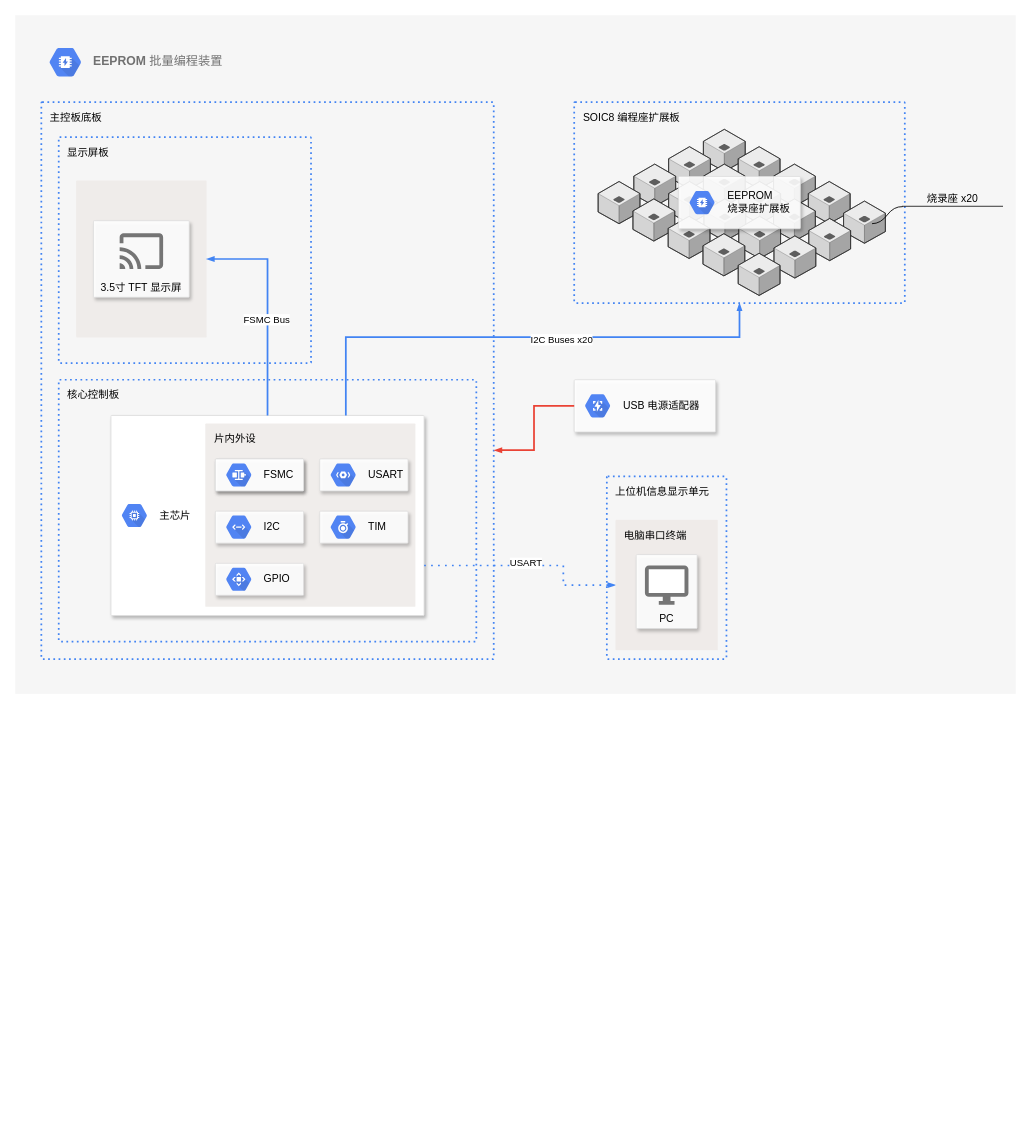
Earlier version of the draw.io diagram EEPROM_批量编程装置/EEPROM_批量编程装置 的副本.drawio (SummerFalls/DrawIO). Source tidied: cells renumbered, new cells numbered last; positions are measured from the earlier drawing's top-left corner, leaving out a move shared by most shapes. Both pictures are drawn from the tidied source at 87%, with x=0, y=0 at pixel (15, 15).
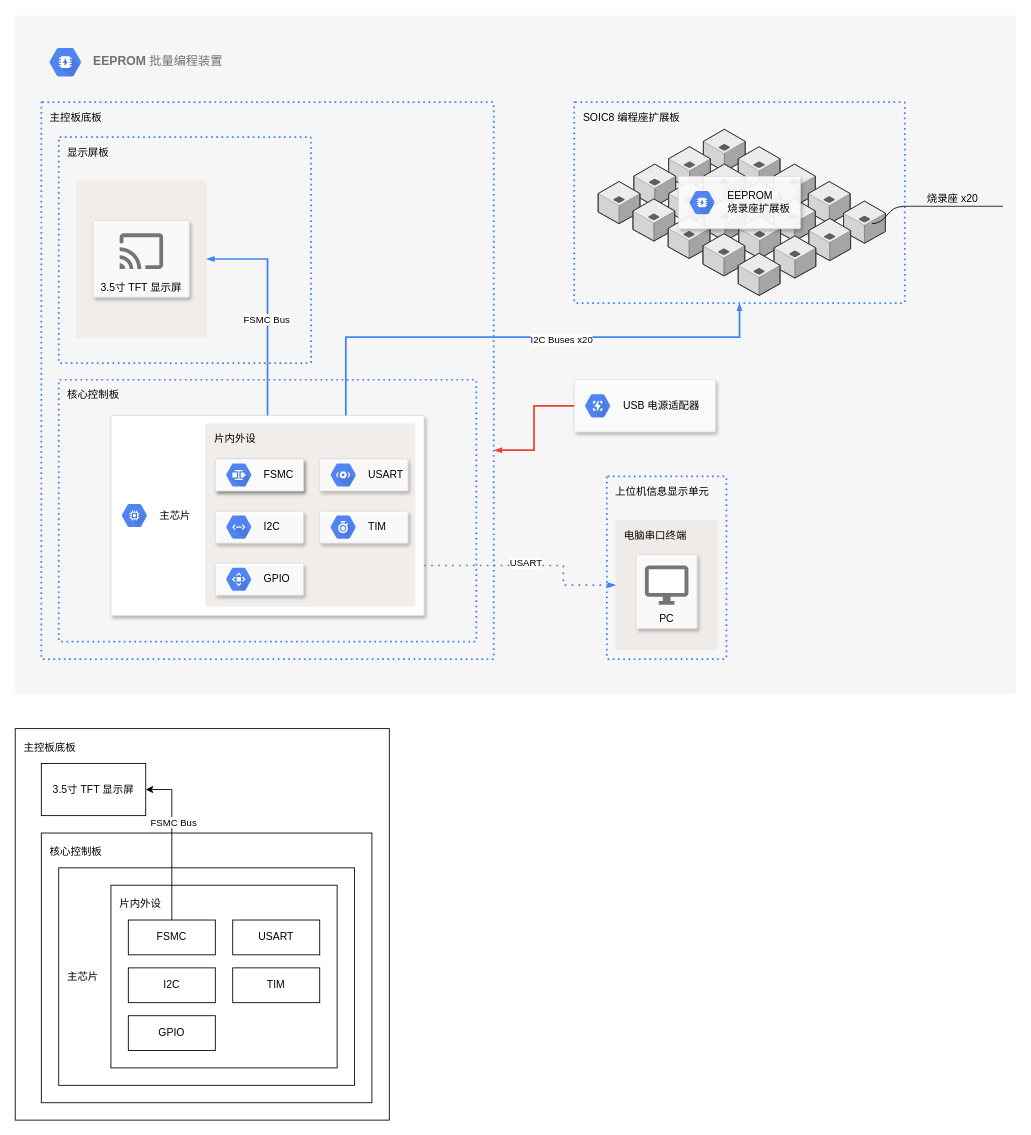
The same diagram, later.

Commit message (it also covers changes not shown here):
更新EEPROM_批量编程装置 的副本.drawio

Diff of the diagram source:
```diff
@@
+    <mxCell id="66" value="&lt;span&gt;主控板底板&lt;/span&gt;" style="rounded=0;whiteSpace=wrap;html=1;align=left;verticalAlign=top;spacing=10;" parent="1" vertex="1">
+      <mxGeometry y="820" width="430" height="450" as="geometry" />
+    </mxCell>
+    <mxCell id="67" value="&lt;span&gt;3.5寸 TFT 显示屏&lt;/span&gt;" style="rounded=0;whiteSpace=wrap;html=1;verticalAlign=middle;" parent="1" vertex="1">
+      <mxGeometry x="30" y="860" width="120" height="60" as="geometry" />
+    </mxCell>
+    <mxCell id="68" value="核心控制板" style="rounded=0;whiteSpace=wrap;html=1;verticalAlign=top;align=left;spacing=10;" parent="1" vertex="1">
+      <mxGeometry x="30" y="940" width="380" height="310" as="geometry" />
+    </mxCell>
+    <mxCell id="69" value="主芯片" style="rounded=0;whiteSpace=wrap;html=1;align=left;verticalAlign=middle;spacing=10;" parent="1" vertex="1">
+      <mxGeometry x="50" y="980" width="340" height="250" as="geometry" />
+    </mxCell>
+    <mxCell id="70" value="片内外设" style="rounded=0;whiteSpace=wrap;html=1;align=left;verticalAlign=top;spacing=10;" parent="1" vertex="1">
+      <mxGeometry x="110" y="1000" width="260" height="210" as="geometry" />
+    </mxCell>
+    <mxCell id="71" style="edgeStyle=orthogonalEdgeStyle;rounded=0;jettySize=auto;html=1;exitX=0.5;exitY=0;exitDx=0;exitDy=0;entryX=1;entryY=0.5;entryDx=0;entryDy=0;" parent="1" edge="1" source="73" target="67">
+      <mxGeometry relative="1" as="geometry">
+        <Array as="points">
+          <mxPoint x="180" y="890" />
+        </Array>
+      </mxGeometry>
+    </mxCell>
+    <mxCell id="72" value="FSMC Bus" style="edgeLabel;html=1;align=center;verticalAlign=middle;labelBackgroundColor=#ffffff;labelBorderColor=none;spacing=2;" parent="71" vertex="1">
+      <mxGeometry x="0.25" y="-1" relative="1" as="geometry" />
+    </mxCell>
+    <mxCell id="73" value="FSMC" style="rounded=0;whiteSpace=wrap;html=1;align=center;verticalAlign=middle;" parent="1" vertex="1">
+      <mxGeometry x="130" y="1040" width="100" height="40" as="geometry" />
+    </mxCell>
+    <mxCell id="74" value="USART" style="rounded=0;whiteSpace=wrap;html=1;align=center;verticalAlign=middle;" parent="1" vertex="1">
+      <mxGeometry x="250" y="1040" width="100" height="40" as="geometry" />
+    </mxCell>
+    <mxCell id="75" value="I2C" style="rounded=0;whiteSpace=wrap;html=1;align=center;verticalAlign=middle;" parent="1" vertex="1">
+      <mxGeometry x="130" y="1095" width="100" height="40" as="geometry" />
+    </mxCell>
+    <mxCell id="76" value="TIM" style="rounded=0;whiteSpace=wrap;html=1;align=center;verticalAlign=middle;" parent="1" vertex="1">
+      <mxGeometry x="250" y="1095" width="100" height="40" as="geometry" />
+    </mxCell>
+    <mxCell id="77" value="GPIO" style="rounded=0;whiteSpace=wrap;html=1;align=center;verticalAlign=middle;" parent="1" vertex="1">
+      <mxGeometry x="130" y="1150" width="100" height="40" as="geometry" />
+    </mxCell>
```
